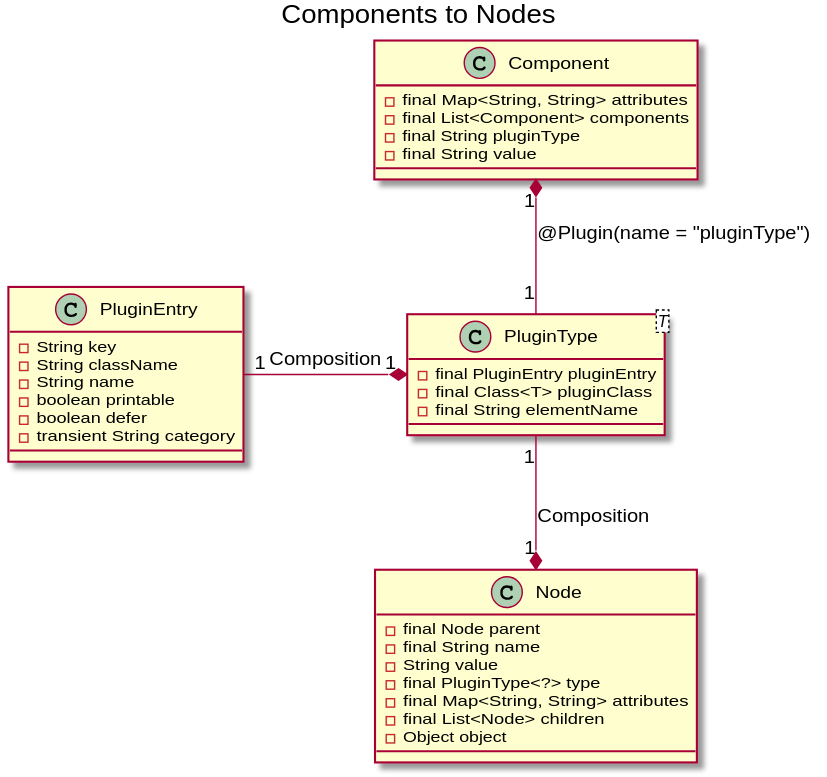
Before: log4j/components2nodes.svg, a diagram exported from PlantUML (ReionChan/PhotoRepo). Source of this version:
```plantuml
@startuml
title Components to Nodes

class PluginEntry {
    - String key
    - String className
    - String name
    - boolean printable
    - boolean defer
    - transient String category
}

class PluginType<T> {
    - final PluginEntry pluginEntry
    - final Class<T> pluginClass
    - final String elementName
}

class Component {
    - final Map<String, String> attributes
    - final List<Component> components
    - final String pluginType
    - final String value
}

class Node {
    - final Node parent
    - final String name
    - String value
    - final PluginType<?> type
    - final Map<String, String> attributes
    - final List<Node> children
    - Object object
}

PluginType "1" *-left- "1" PluginEntry: Composition
Component "1" *-down- "1" PluginType: @Plugin(name = "pluginType")
Node "1" *-up- "1" PluginType: Composition
@enduml
```
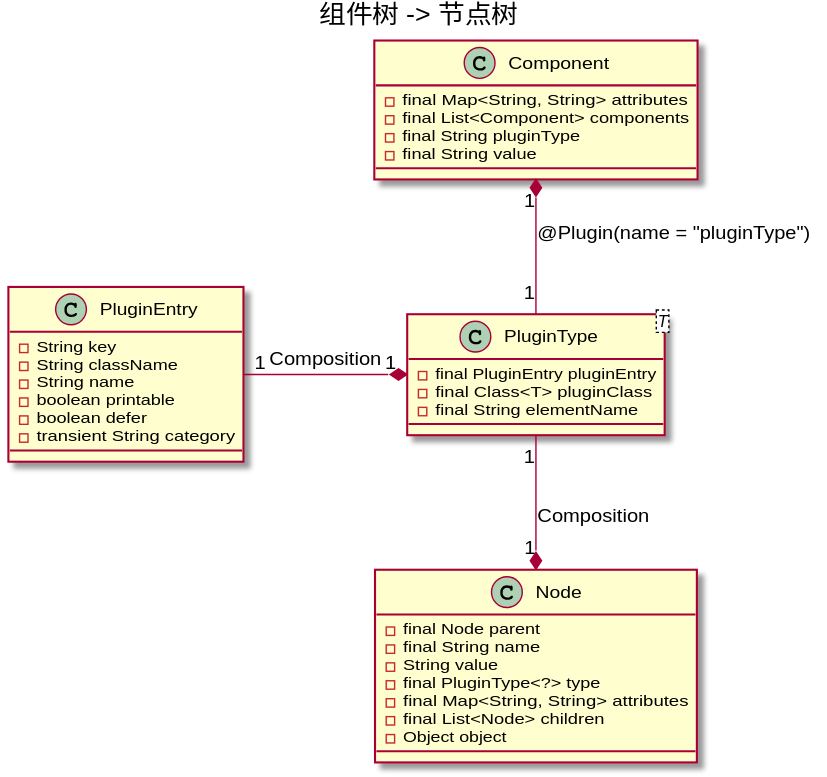
Above is the later version.

Commit message:
change title to Chinese

Diff of the diagram source:
```diff
@@ -1,5 +1,5 @@
 @startuml
-title Components to Nodes
+title 组件树 -> 节点树
 
 class PluginEntry {
     - String key
```
